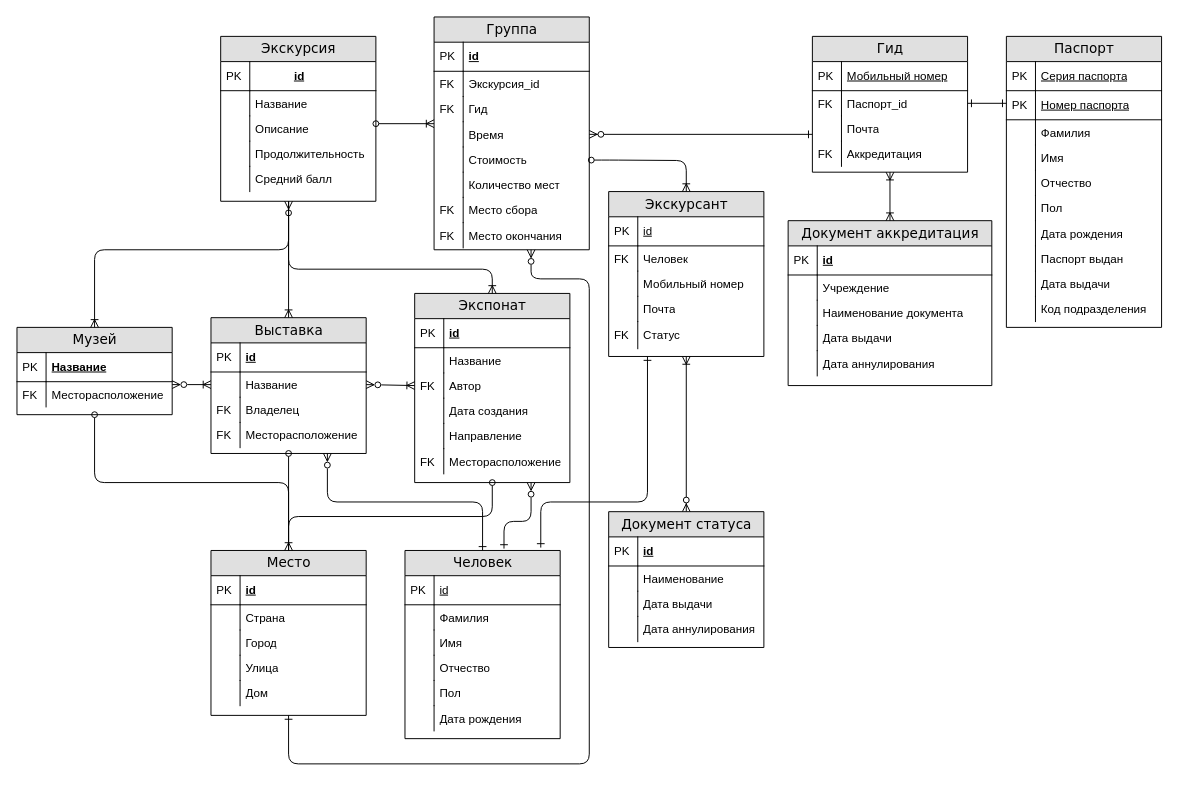
Before: Семестр 5/ИСБД/Курсач/ER-K2.drawio in DeltaHeavyVIP/Itmo_Course_3, a draw.io diagram. Source tidied: cells renumbered, new cells numbered last; positions are measured from the earlier drawing's top-left corner, leaving out a move shared by most shapes. Both pictures are drawn from the tidied source at 97%, with x=0, y=0 at pixel (16, 16).
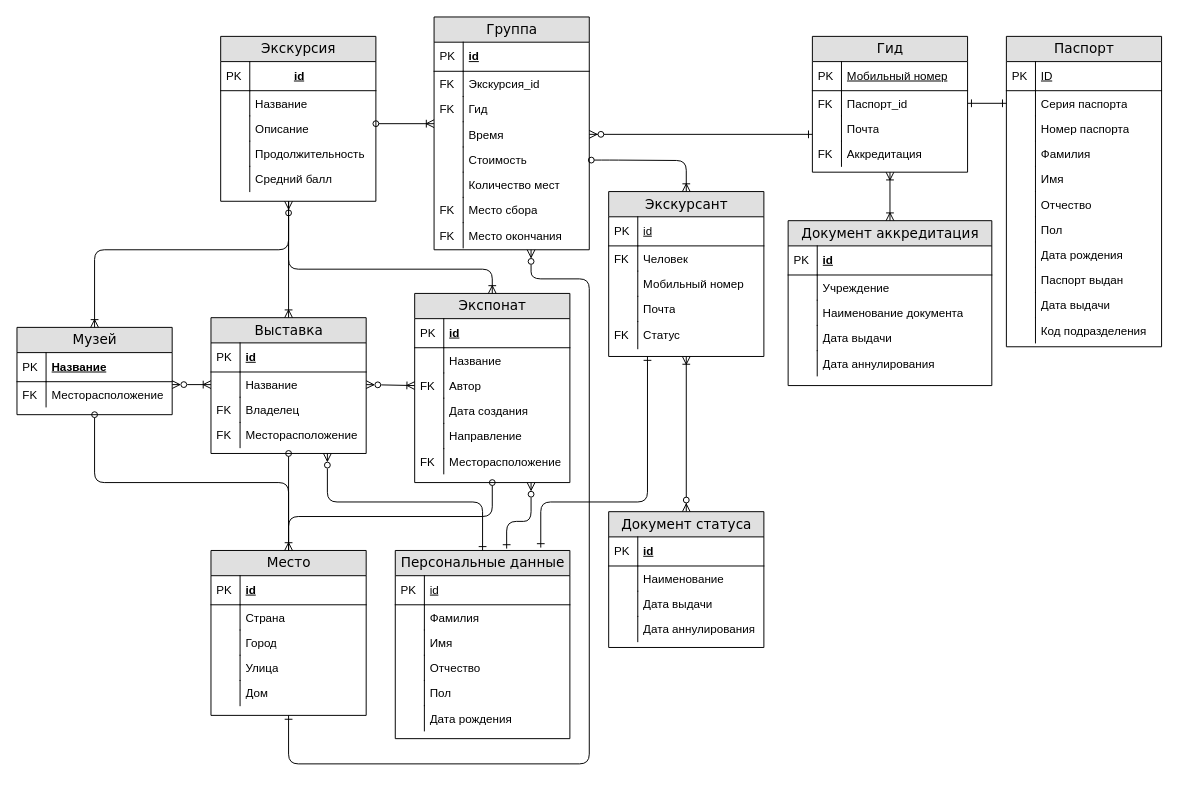
After the change.

Unchanged cells that the change refers to:
```xml
<mxCell id="44" value="Экспонат" style="swimlane;html=1;fontStyle=0;horizontal=1;startSize=26;fillColor=#e0e0e0;swimlaneFillColor=#ffffff;align=center;rounded=0;shadow=0;comic=0;labelBackgroundColor=none;strokeWidth=1;fontFamily=Verdana;fontSize=14;swimlaneLine=1;" parent="1" vertex="1">
  <mxGeometry x="410" y="285" width="160" height="195" as="geometry" />
</mxCell>
```

The edit, as a diff of the source:
```diff
@@
     <mxCell id="122" value="Паспорт" style="swimlane;html=1;fontStyle=0;horizontal=1;startSize=26;fillColor=#e0e0e0;swimlaneFillColor=#ffffff;align=center;rounded=0;shadow=0;comic=0;labelBackgroundColor=none;strokeWidth=1;fontFamily=Verdana;fontSize=14;swimlaneLine=1;" parent="1" vertex="1">
-      <mxGeometry x="1020" y="20" width="160" height="300" as="geometry" />
+      <mxGeometry x="1020" y="20" width="160" height="320" as="geometry" />
     </mxCell>
-    <mxCell id="123" value="&lt;span style=&quot;font-weight: 400&quot;&gt;Серия паспорта&lt;/span&gt;" style="shape=partialRectangle;top=0;left=0;right=0;bottom=1;html=1;align=left;verticalAlign=middle;fillColor=none;spacingLeft=34;spacingRight=4;whiteSpace=wrap;overflow=hidden;fontStyle=5;" parent="122" vertex="1">
+    <mxCell id="123" value="&lt;span style=&quot;font-weight: 400&quot;&gt;ID&lt;/span&gt;" style="shape=partialRectangle;top=0;left=0;right=0;bottom=1;html=1;align=left;verticalAlign=middle;fillColor=none;spacingLeft=34;spacingRight=4;whiteSpace=wrap;overflow=hidden;fontStyle=5;" parent="122" vertex="1">
       <mxGeometry y="26" width="160" height="30" as="geometry" />
     </mxCell>
@@
+    <mxCell id="160" value="&lt;span&gt;Серия паспорта&lt;/span&gt;" style="shape=partialRectangle;top=0;left=0;right=0;bottom=0;html=1;align=left;verticalAlign=top;fillColor=none;spacingLeft=34;spacingRight=4;whiteSpace=wrap;overflow=hidden;" parent="122" vertex="1">
+      <mxGeometry y="56" width="160" height="26" as="geometry" />
+    </mxCell>
+    <mxCell id="161" style="shape=partialRectangle;top=0;left=0;bottom=0;html=1;fillColor=none;align=left;verticalAlign=top;spacingLeft=4;spacingRight=4;whiteSpace=wrap;overflow=hidden;" parent="160" vertex="1">
+      <mxGeometry width="30" height="26" as="geometry" />
+    </mxCell>
-    <mxCell id="125" value="&lt;span style=&quot;font-weight: 400&quot;&gt;Номер паспорта&lt;/span&gt;" style="shape=partialRectangle;top=0;left=0;right=0;bottom=1;html=1;align=left;verticalAlign=middle;fillColor=none;spacingLeft=34;spacingRight=4;whiteSpace=wrap;overflow=hidden;fontStyle=5;" parent="122" vertex="1">
-      <mxGeometry y="56" width="160" height="30" as="geometry" />
+    <mxCell id="125" value="&lt;span&gt;Номер паспорта&lt;/span&gt;" style="shape=partialRectangle;top=0;left=0;right=0;bottom=0;html=1;align=left;verticalAlign=top;fillColor=none;spacingLeft=34;spacingRight=4;whiteSpace=wrap;overflow=hidden;" parent="122" vertex="1">
+      <mxGeometry y="82" width="160" height="26" as="geometry" />
     </mxCell>
-    <mxCell id="126" value="PK" style="shape=partialRectangle;top=0;left=0;bottom=0;html=1;fillColor=none;align=left;verticalAlign=middle;spacingLeft=4;spacingRight=4;whiteSpace=wrap;overflow=hidden;" parent="125" vertex="1">
-      <mxGeometry width="30" height="30" as="geometry" />
-    </mxCell>
+    <mxCell id="162" style="shape=partialRectangle;top=0;left=0;bottom=0;html=1;fillColor=none;align=left;verticalAlign=top;spacingLeft=4;spacingRight=4;whiteSpace=wrap;overflow=hidden;" parent="125" vertex="1">
+      <mxGeometry width="30" height="26" as="geometry" />
+    </mxCell>
     <mxCell id="127" value="Фамилия" style="shape=partialRectangle;top=0;left=0;right=0;bottom=0;html=1;align=left;verticalAlign=top;fillColor=none;spacingLeft=34;spacingRight=4;whiteSpace=wrap;overflow=hidden;" parent="122" vertex="1">
-      <mxGeometry y="86" width="160" height="26" as="geometry" />
+      <mxGeometry y="108" width="160" height="26" as="geometry" />
     </mxCell>
@@
     <mxCell id="129" value="Имя" style="shape=partialRectangle;top=0;left=0;right=0;bottom=0;html=1;align=left;verticalAlign=top;fillColor=none;spacingLeft=34;spacingRight=4;whiteSpace=wrap;overflow=hidden;" parent="122" vertex="1">
-      <mxGeometry y="112" width="160" height="26" as="geometry" />
+      <mxGeometry y="134" width="160" height="26" as="geometry" />
     </mxCell>
@@
     <mxCell id="131" value="Отчество" style="shape=partialRectangle;top=0;left=0;right=0;bottom=0;html=1;align=left;verticalAlign=top;fillColor=none;spacingLeft=34;spacingRight=4;whiteSpace=wrap;overflow=hidden;" parent="122" vertex="1">
-      <mxGeometry y="138" width="160" height="26" as="geometry" />
+      <mxGeometry y="160" width="160" height="26" as="geometry" />
     </mxCell>
@@
     <mxCell id="133" value="Пол" style="shape=partialRectangle;top=0;left=0;right=0;bottom=0;html=1;align=left;verticalAlign=top;fillColor=none;spacingLeft=34;spacingRight=4;whiteSpace=wrap;overflow=hidden;" parent="122" vertex="1">
-      <mxGeometry y="164" width="160" height="26" as="geometry" />
+      <mxGeometry y="186" width="160" height="26" as="geometry" />
     </mxCell>
@@
     <mxCell id="135" value="Дата рождения" style="shape=partialRectangle;top=0;left=0;right=0;bottom=0;html=1;align=left;verticalAlign=top;fillColor=none;spacingLeft=34;spacingRight=4;whiteSpace=wrap;overflow=hidden;" parent="122" vertex="1">
-      <mxGeometry y="190" width="160" height="26" as="geometry" />
+      <mxGeometry y="212" width="160" height="26" as="geometry" />
     </mxCell>
@@
     <mxCell id="137" value="&lt;span&gt;Паспорт выдан&lt;/span&gt;" style="shape=partialRectangle;top=0;left=0;right=0;bottom=0;html=1;align=left;verticalAlign=top;fillColor=none;spacingLeft=34;spacingRight=4;whiteSpace=wrap;overflow=hidden;" parent="122" vertex="1">
-      <mxGeometry y="216" width="160" height="26" as="geometry" />
+      <mxGeometry y="238" width="160" height="26" as="geometry" />
     </mxCell>
@@
     <mxCell id="139" value="Дата выдачи" style="shape=partialRectangle;top=0;left=0;right=0;bottom=0;html=1;align=left;verticalAlign=top;fillColor=none;spacingLeft=34;spacingRight=4;whiteSpace=wrap;overflow=hidden;" parent="122" vertex="1">
-      <mxGeometry y="242" width="160" height="26" as="geometry" />
+      <mxGeometry y="264" width="160" height="26" as="geometry" />
     </mxCell>
@@
     <mxCell id="141" value="Код подразделения" style="shape=partialRectangle;top=0;left=0;right=0;bottom=0;html=1;align=left;verticalAlign=top;fillColor=none;spacingLeft=34;spacingRight=4;whiteSpace=wrap;overflow=hidden;" parent="122" vertex="1">
-      <mxGeometry y="268" width="160" height="26" as="geometry" />
+      <mxGeometry y="290" width="160" height="26" as="geometry" />
     </mxCell>
@@
-    <mxCell id="144" value="Человек" style="swimlane;html=1;fontStyle=0;horizontal=1;startSize=26;fillColor=#e0e0e0;swimlaneFillColor=#ffffff;align=center;rounded=0;shadow=0;comic=0;labelBackgroundColor=none;strokeWidth=1;fontFamily=Verdana;fontSize=14;swimlaneLine=1;" parent="1" vertex="1">
-      <mxGeometry x="400" y="550" width="160" height="194" as="geometry" />
+    <mxCell id="144" value="Персональные данные" style="swimlane;html=1;fontStyle=0;horizontal=1;startSize=26;fillColor=#e0e0e0;swimlaneFillColor=#ffffff;align=center;rounded=0;shadow=0;comic=0;labelBackgroundColor=none;strokeWidth=1;fontFamily=Verdana;fontSize=14;swimlaneLine=1;" parent="1" vertex="1">
+      <mxGeometry x="390" y="550" width="180" height="194" as="geometry" />
     </mxCell>
     <mxCell id="145" value="&lt;span style=&quot;font-weight: 400&quot;&gt;id&lt;/span&gt;" style="shape=partialRectangle;top=0;left=0;right=0;bottom=1;html=1;align=left;verticalAlign=middle;fillColor=none;spacingLeft=34;spacingRight=4;whiteSpace=wrap;overflow=hidden;fontStyle=5;" parent="144" vertex="1">
-      <mxGeometry y="26" width="160" height="30" as="geometry" />
+      <mxGeometry y="26" width="180" height="30" as="geometry" />
     </mxCell>
@@
     <mxCell id="147" value="Фамилия" style="shape=partialRectangle;top=0;left=0;right=0;bottom=0;html=1;align=left;verticalAlign=top;fillColor=none;spacingLeft=34;spacingRight=4;whiteSpace=wrap;overflow=hidden;" parent="144" vertex="1">
-      <mxGeometry y="56" width="160" height="26" as="geometry" />
+      <mxGeometry y="56" width="180" height="26" as="geometry" />
     </mxCell>
@@
     <mxCell id="149" value="Имя" style="shape=partialRectangle;top=0;left=0;right=0;bottom=0;html=1;align=left;verticalAlign=top;fillColor=none;spacingLeft=34;spacingRight=4;whiteSpace=wrap;overflow=hidden;" parent="144" vertex="1">
-      <mxGeometry y="82" width="160" height="26" as="geometry" />
+      <mxGeometry y="82" width="180" height="26" as="geometry" />
     </mxCell>
@@
     <mxCell id="151" value="Отчество" style="shape=partialRectangle;top=0;left=0;right=0;bottom=0;html=1;align=left;verticalAlign=top;fillColor=none;spacingLeft=34;spacingRight=4;whiteSpace=wrap;overflow=hidden;" parent="144" vertex="1">
-      <mxGeometry y="108" width="160" height="26" as="geometry" />
+      <mxGeometry y="108" width="180" height="26" as="geometry" />
     </mxCell>
@@
     <mxCell id="153" value="Пол" style="shape=partialRectangle;top=0;left=0;right=0;bottom=0;html=1;align=left;verticalAlign=top;fillColor=none;spacingLeft=34;spacingRight=4;whiteSpace=wrap;overflow=hidden;" parent="144" vertex="1">
-      <mxGeometry y="134" width="160" height="26" as="geometry" />
+      <mxGeometry y="134" width="180" height="26" as="geometry" />
     </mxCell>
@@
     <mxCell id="155" value="Дата рождения" style="shape=partialRectangle;top=0;left=0;right=0;bottom=0;html=1;align=left;verticalAlign=top;fillColor=none;spacingLeft=34;spacingRight=4;whiteSpace=wrap;overflow=hidden;" parent="144" vertex="1">
-      <mxGeometry y="160" width="160" height="26" as="geometry" />
+      <mxGeometry y="160" width="180" height="26" as="geometry" />
     </mxCell>
@@
     <mxCell id="158" style="html=1;endArrow=ERzeroToMany;startArrow=ERone;labelBackgroundColor=none;fontFamily=Verdana;fontSize=14;startFill=0;endFill=0;edgeStyle=orthogonalEdgeStyle;exitX=0.638;exitY=-0.01;exitDx=0;exitDy=0;entryX=0.75;entryY=1;entryDx=0;entryDy=0;exitPerimeter=0;" parent="1" edge="1" source="144" target="44">
       <mxGeometry relative="1" as="geometry">
         <Array as="points">
-          <mxPoint x="502" y="520" />
+          <mxPoint x="505" y="520" />
           <mxPoint x="530" y="520" />
         </Array>
       </mxGeometry>
     </mxCell>
```
